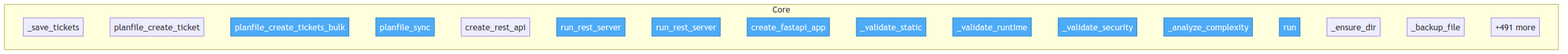
semcod/algitex keeps this Mermaid diagram as project/flow.png. Above is the earlier version. Its source is kept beside it as project/flow.mmd. Its diagram source:
```mermaid
flowchart TD

    classDef entry fill:#4dabf7,stroke:#1971c2,color:#fff

    subgraph Core
        docker__planfile_mcp__planfile_mcp_server___save_tickets["_save_tickets"]
        docker__planfile_mcp__planfile_mcp_server__planfile_create_ticket["planfile_create_ticket"]
        docker__planfile_mcp__planfile_mcp_server__planfile_create_tickets_bulk["planfile_create_tickets_bulk"]
        docker__planfile_mcp__planfile_mcp_server__planfile_sync["planfile_sync"]
        docker__planfile_mcp__planfile_mcp_server__create_rest_api["create_rest_api"]
        docker__planfile_mcp__planfile_mcp_server__run_rest_server["run_rest_server"]
        docker__aider_mcp__aider_mcp_server__run_rest_server["run_rest_server"]
        docker__vallm__vallm_server__VallmServer__create_fastapi_app["create_fastapi_app"]
        docker__vallm__vallm_server__VallmServer___validate_static["_validate_static"]
        docker__vallm__vallm_server__VallmServer___validate_runtime["_validate_runtime"]
        docker__vallm__vallm_server__VallmServer___validate_security["_validate_security"]
        docker__vallm__vallm_server__VallmServer___analyze_complexity["_analyze_complexity"]
        docker__vallm__vallm_server__VallmServer__run["run"]
        src__algitex__tools__config__ConfigManager___ensure_dir["_ensure_dir"]
        src__algitex__tools__config__ConfigManager___backup_file["_backup_file"]
        ...["+491 more"]
    end

    class docker__planfile_mcp__planfile_mcp_server__planfile_create_tickets_bulk,docker__planfile_mcp__planfile_mcp_server__planfile_sync,docker__planfile_mcp__planfile_mcp_server__run_rest_server,docker__aider_mcp__aider_mcp_server__run_rest_server,docker__vallm__vallm_server__VallmServer__create_fastapi_app,docker__vallm__vallm_server__VallmServer___validate_static,docker__vallm__vallm_server__VallmServer___validate_runtime,docker__vallm__vallm_server__VallmServer___validate_security,docker__vallm__vallm_server__VallmServer___analyze_complexity,docker__vallm__vallm_server__VallmServer__run entry
```
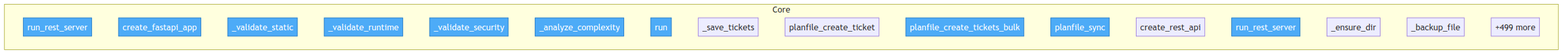
Later version of the same file.

What changed in the source:
```diff
@@ -3,12 +3,6 @@
     classDef entry fill:#4dabf7,stroke:#1971c2,color:#fff
 
     subgraph Core
-        docker__planfile_mcp__planfile_mcp_server___save_tickets["_save_tickets"]
-        docker__planfile_mcp__planfile_mcp_server__planfile_create_ticket["planfile_create_ticket"]
-        docker__planfile_mcp__planfile_mcp_server__planfile_create_tickets_bulk["planfile_create_tickets_bulk"]
-        docker__planfile_mcp__planfile_mcp_server__planfile_sync["planfile_sync"]
-        docker__planfile_mcp__planfile_mcp_server__create_rest_api["create_rest_api"]
-        docker__planfile_mcp__planfile_mcp_server__run_rest_server["run_rest_server"]
         docker__aider_mcp__aider_mcp_server__run_rest_server["run_rest_server"]
         docker__vallm__vallm_server__VallmServer__create_fastapi_app["create_fastapi_app"]
         docker__vallm__vallm_server__VallmServer___validate_static["_validate_static"]
@@ -16,9 +10,15 @@
         docker__vallm__vallm_server__VallmServer___validate_security["_validate_security"]
         docker__vallm__vallm_server__VallmServer___analyze_complexity["_analyze_complexity"]
         docker__vallm__vallm_server__VallmServer__run["run"]
+        docker__planfile_mcp__planfile_mcp_server___save_tickets["_save_tickets"]
+        docker__planfile_mcp__planfile_mcp_server__planfile_create_ticket["planfile_create_ticket"]
+        docker__planfile_mcp__planfile_mcp_server__planfile_create_tickets_bulk["planfile_create_tickets_bulk"]
+        docker__planfile_mcp__planfile_mcp_server__planfile_sync["planfile_sync"]
+        docker__planfile_mcp__planfile_mcp_server__create_rest_api["create_rest_api"]
+        docker__planfile_mcp__planfile_mcp_server__run_rest_server["run_rest_server"]
         src__algitex__tools__config__ConfigManager___ensure_dir["_ensure_dir"]
         src__algitex__tools__config__ConfigManager___backup_file["_backup_file"]
-        ...["+491 more"]
+        ...["+499 more"]
     end
 
-    class docker__planfile_mcp__planfile_mcp_server__planfile_create_tickets_bulk,docker__planfile_mcp__planfile_mcp_server__planfile_sync,docker__planfile_mcp__planfile_mcp_server__run_rest_server,docker__aider_mcp__aider_mcp_server__run_rest_server,docker__vallm__vallm_server__VallmServer__create_fastapi_app,docker__vallm__vallm_server__VallmServer___validate_static,docker__vallm__vallm_server__VallmServer___validate_runtime,docker__vallm__vallm_server__VallmServer___validate_security,docker__vallm__vallm_server__VallmServer___analyze_complexity,docker__vallm__vallm_server__VallmServer__run entry
+    class docker__aider_mcp__aider_mcp_server__run_rest_server,docker__vallm__vallm_server__VallmServer__create_fastapi_app,docker__vallm__vallm_server__VallmServer___validate_static,docker__vallm__vallm_server__VallmServer___validate_runtime,docker__vallm__vallm_server__VallmServer___validate_security,docker__vallm__vallm_server__VallmServer___analyze_complexity,docker__vallm__vallm_server__VallmServer__run,docker__planfile_mcp__planfile_mcp_server__planfile_create_tickets_bulk,docker__planfile_mcp__planfile_mcp_server__planfile_sync,docker__planfile_mcp__planfile_mcp_server__run_rest_server entry
```
